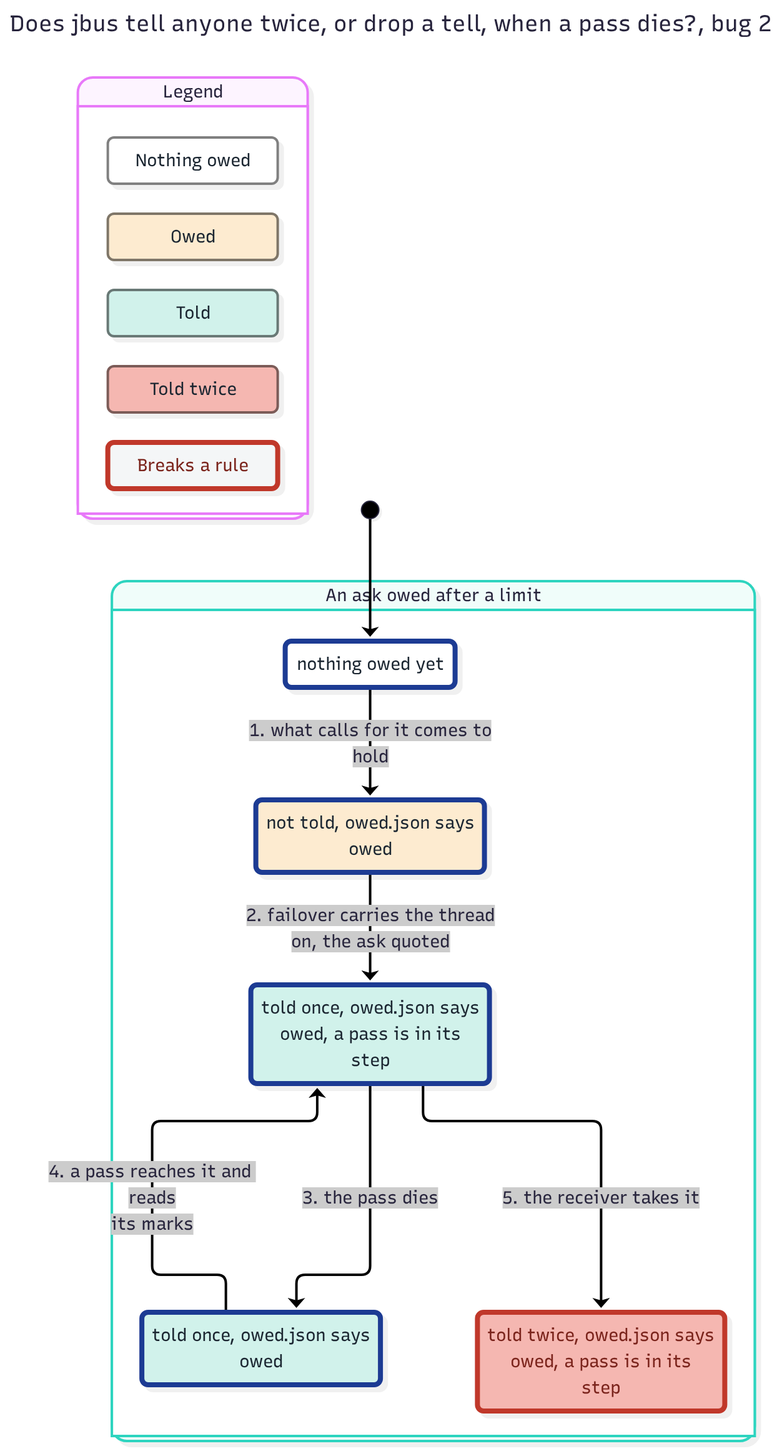
The Mermaid diagram features/jbus/spec/TellOnce-statechart/bug-2.png in JoshuaHayesWasHere/jstack, before a commit. Its source is kept beside it as features/jbus/spec/TellOnce-statechart/bug-2.mmd. The source it was exported from:
```mermaid
---
title: "Does jbus tell anyone twice, or drop a tell, when a pass dies?, bug 2"
config:
  markdownAutoWrap: false
  state:
    useMaxWidth: false
---
stateDiagram-v2
  classDef plainWrong fill:#f4f6f7,stroke:#c0392b,stroke-width:4px,color:#7b241c
  classDef group0 fill:#ffffff,stroke:#808080,color:#1b2631
  classDef group0Path fill:#ffffff,stroke:#1f3a93,stroke-width:4px,color:#1b2631
  classDef group1 fill:#fdebd0,stroke:#7f7668,color:#1b2631
  classDef group1Path fill:#fdebd0,stroke:#1f3a93,stroke-width:4px,color:#1b2631
  classDef group2 fill:#d1f2eb,stroke:#697976,color:#1b2631
  classDef group2Path fill:#d1f2eb,stroke:#1f3a93,stroke-width:4px,color:#1b2631
  classDef group3 fill:#f5b7b1,stroke:#7b5c59,color:#1b2631
  classDef group3Wrong fill:#f5b7b1,stroke:#c0392b,stroke-width:4px,color:#7b241c
  state "Legend" as legend {
    state "Nothing owed" as legendGroup0
    state "Owed" as legendGroup1
    state "Told" as legendGroup2
    state "Told twice" as legendGroup3
    state "Breaks a rule" as legendWrong
  }
  class legendGroup0 group0
  class legendGroup1 group1
  class legendGroup2 group2
  class legendGroup3 group3
  class legendWrong plainWrong
  state "An ask owed after a limit" as g0 {
    state "not told, owed.json says<br/>owed" as s0
    state "nothing owed yet" as s1
    state "told once, owed.json says<br/>owed" as s2
    state "told once, owed.json says<br/>owed, a pass is in its<br/>step" as s3
    state "told twice, owed.json says<br/>owed, a pass is in its<br/>step" as s4
  }
  [*] --> s1
  s1 --> s0 : 1. what calls for it comes to<br/>hold
  s0 --> s3 : 2. failover carries the thread<br/>on, the ask quoted
  s3 --> s2 : 3. the pass dies
  s2 --> s3 : 4. a pass reaches it and reads<br/>its marks
  s3 --> s4 : 5. the receiver takes it
  class s0 group1Path
  class s1 group0Path
  class s2 group2Path
  class s3 group2Path
  class s4 group3Wrong
```
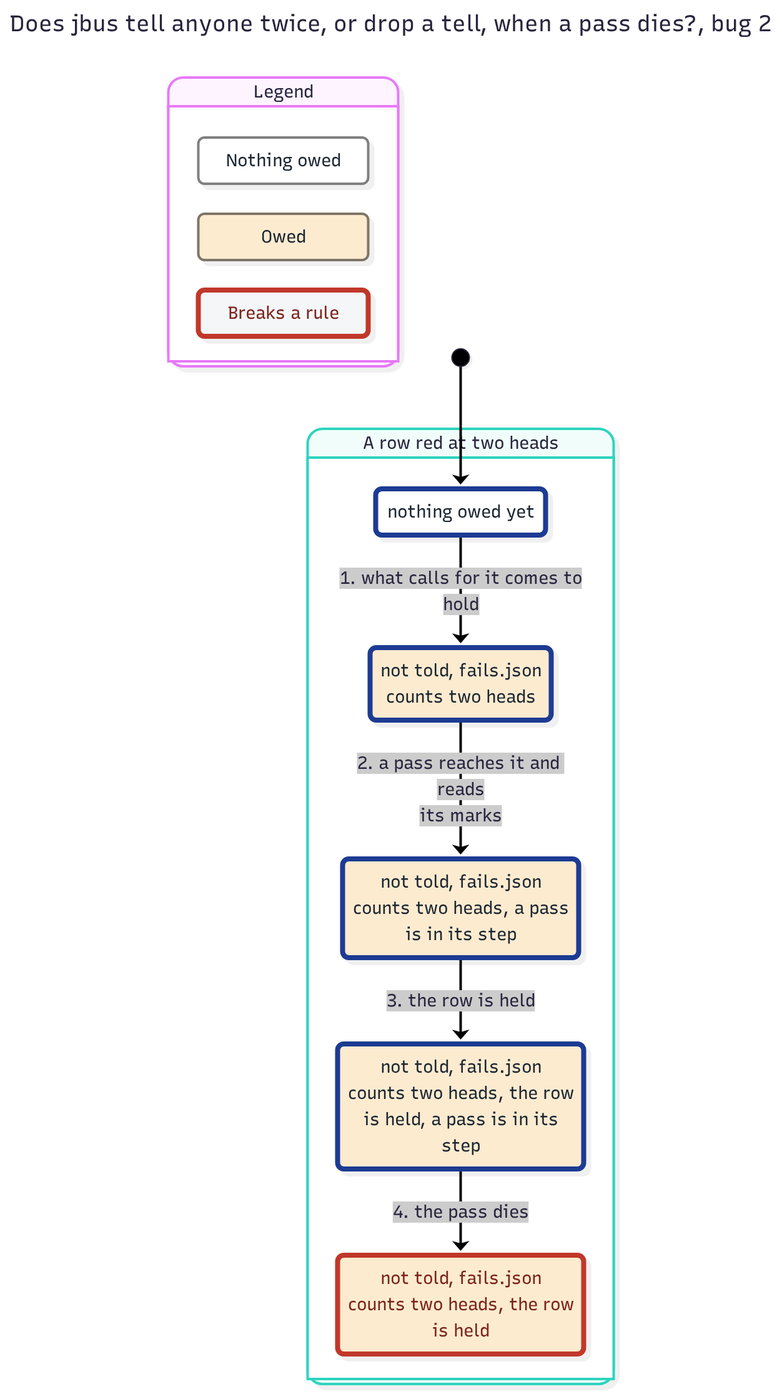
After the change.

Change to the diagram source:
```diff
@@ -10,38 +10,30 @@
   classDef group0 fill:#ffffff,stroke:#808080,color:#1b2631
   classDef group0Path fill:#ffffff,stroke:#1f3a93,stroke-width:4px,color:#1b2631
   classDef group1 fill:#fdebd0,stroke:#7f7668,color:#1b2631
+  classDef group1Wrong fill:#fdebd0,stroke:#c0392b,stroke-width:4px,color:#7b241c
   classDef group1Path fill:#fdebd0,stroke:#1f3a93,stroke-width:4px,color:#1b2631
-  classDef group2 fill:#d1f2eb,stroke:#697976,color:#1b2631
-  classDef group2Path fill:#d1f2eb,stroke:#1f3a93,stroke-width:4px,color:#1b2631
-  classDef group3 fill:#f5b7b1,stroke:#7b5c59,color:#1b2631
-  classDef group3Wrong fill:#f5b7b1,stroke:#c0392b,stroke-width:4px,color:#7b241c
   state "Legend" as legend {
     state "Nothing owed" as legendGroup0
     state "Owed" as legendGroup1
-    state "Told" as legendGroup2
-    state "Told twice" as legendGroup3
     state "Breaks a rule" as legendWrong
   }
   class legendGroup0 group0
   class legendGroup1 group1
-  class legendGroup2 group2
-  class legendGroup3 group3
   class legendWrong plainWrong
-  state "An ask owed after a limit" as g0 {
-    state "not told, owed.json says<br/>owed" as s0
-    state "nothing owed yet" as s1
-    state "told once, owed.json says<br/>owed" as s2
-    state "told once, owed.json says<br/>owed, a pass is in its<br/>step" as s3
-    state "told twice, owed.json says<br/>owed, a pass is in its<br/>step" as s4
+  state "A row red at two heads" as g0 {
+    state "not told, fails.json<br/>counts two heads" as s0
+    state "not told, fails.json<br/>counts two heads, a pass<br/>is in its step" as s1
+    state "not told, fails.json<br/>counts two heads, the row<br/>is held" as s2
+    state "not told, fails.json<br/>counts two heads, the row<br/>is held, a pass is in its<br/>step" as s3
+    state "nothing owed yet" as s4
   }
-  [*] --> s1
-  s1 --> s0 : 1. what calls for it comes to<br/>hold
-  s0 --> s3 : 2. failover carries the thread<br/>on, the ask quoted
-  s3 --> s2 : 3. the pass dies
-  s2 --> s3 : 4. a pass reaches it and reads<br/>its marks
-  s3 --> s4 : 5. the receiver takes it
+  [*] --> s4
+  s4 --> s0 : 1. what calls for it comes to<br/>hold
+  s0 --> s1 : 2. a pass reaches it and reads<br/>its marks
+  s1 --> s3 : 3. the row is held
+  s3 --> s2 : 4. the pass dies
   class s0 group1Path
-  class s1 group0Path
-  class s2 group2Path
-  class s3 group2Path
-  class s4 group3Wrong
+  class s1 group1Path
+  class s2 group1Wrong
+  class s3 group1Path
+  class s4 group0Path
```
